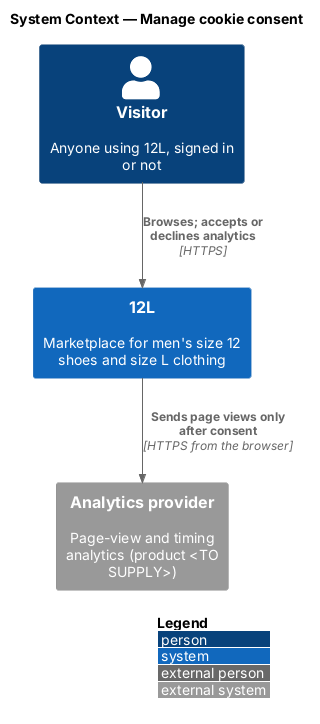
The PlantUML diagram docs/detailed-designs/privacy/manage-cookie-consent/diagrams/c4-context.png in QuinntyneBrown/12l, before a commit. Its diagram source:
```plantuml
@startuml
!include <C4/C4_Context>
LAYOUT_WITH_LEGEND()
title System Context — Manage cookie consent

Person(visitor, "Visitor", "Anyone using 12L, signed in or not")
System(twelvel, "12L", "Marketplace for men's size 12 shoes and size L clothing")
System_Ext(analytics, "Analytics provider", "Page-view and timing analytics (product <TO SUPPLY>)")

Rel(visitor, twelvel, "Browses; accepts or declines analytics", "HTTPS")
Rel(twelvel, analytics, "Sends page views only after consent", "HTTPS from the browser")
@enduml
```
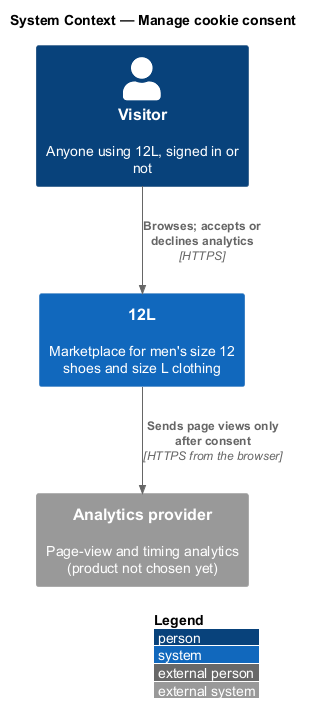
After the commit.

Change to the diagram source:
```diff
@@ -5,7 +5,7 @@
 
 Person(visitor, "Visitor", "Anyone using 12L, signed in or not")
 System(twelvel, "12L", "Marketplace for men's size 12 shoes and size L clothing")
-System_Ext(analytics, "Analytics provider", "Page-view and timing analytics (product <TO SUPPLY>)")
+System_Ext(analytics, "Analytics provider", "Page-view and timing analytics (product not chosen yet)")
 
 Rel(visitor, twelvel, "Browses; accepts or declines analytics", "HTTPS")
 Rel(twelvel, analytics, "Sends page views only after consent", "HTTPS from the browser")
```
